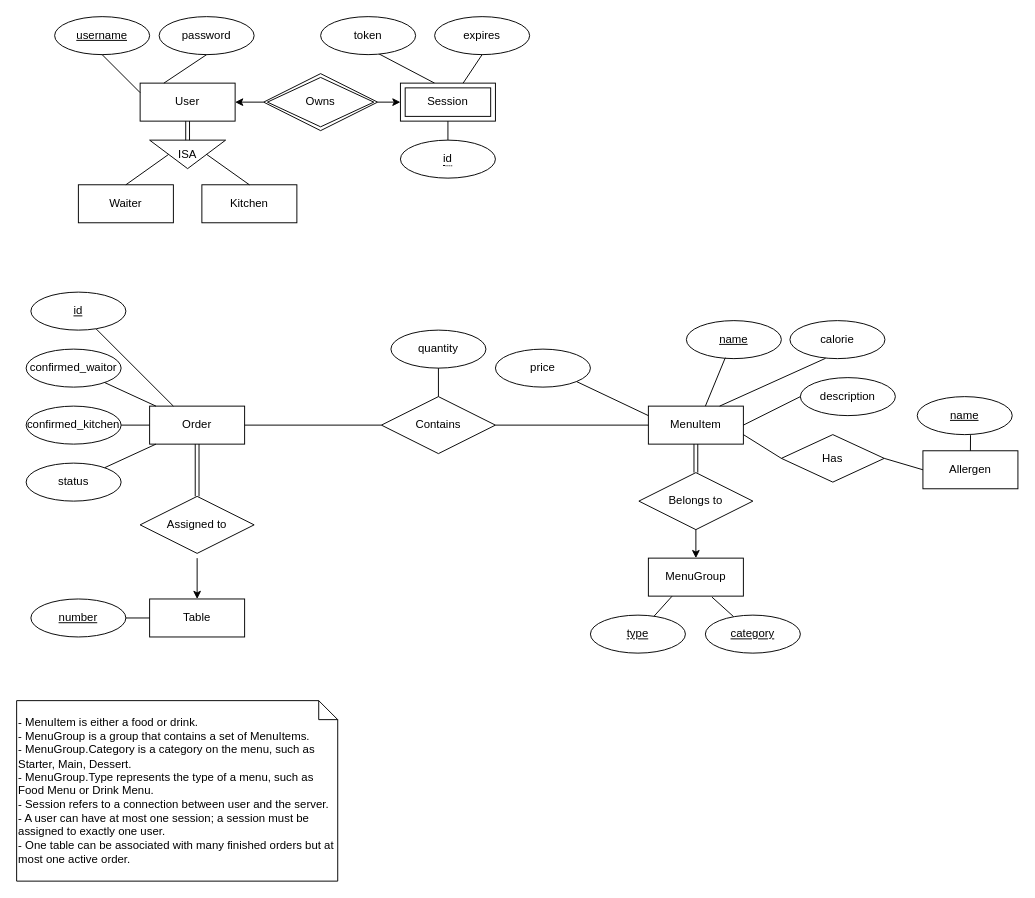
Above: doc/backend/database-design/ER-diagram.drawio in Spencer-Georgiou/Uni-Y2-Team (draw.io), before the change. Source tidied: cells renumbered, new cells numbered last; positions are measured from the earlier drawing's top-left corner, leaving out a move shared by most shapes. Both pictures are drawn from the tidied source at 95%, with x=0, y=0 at pixel (16, 16).
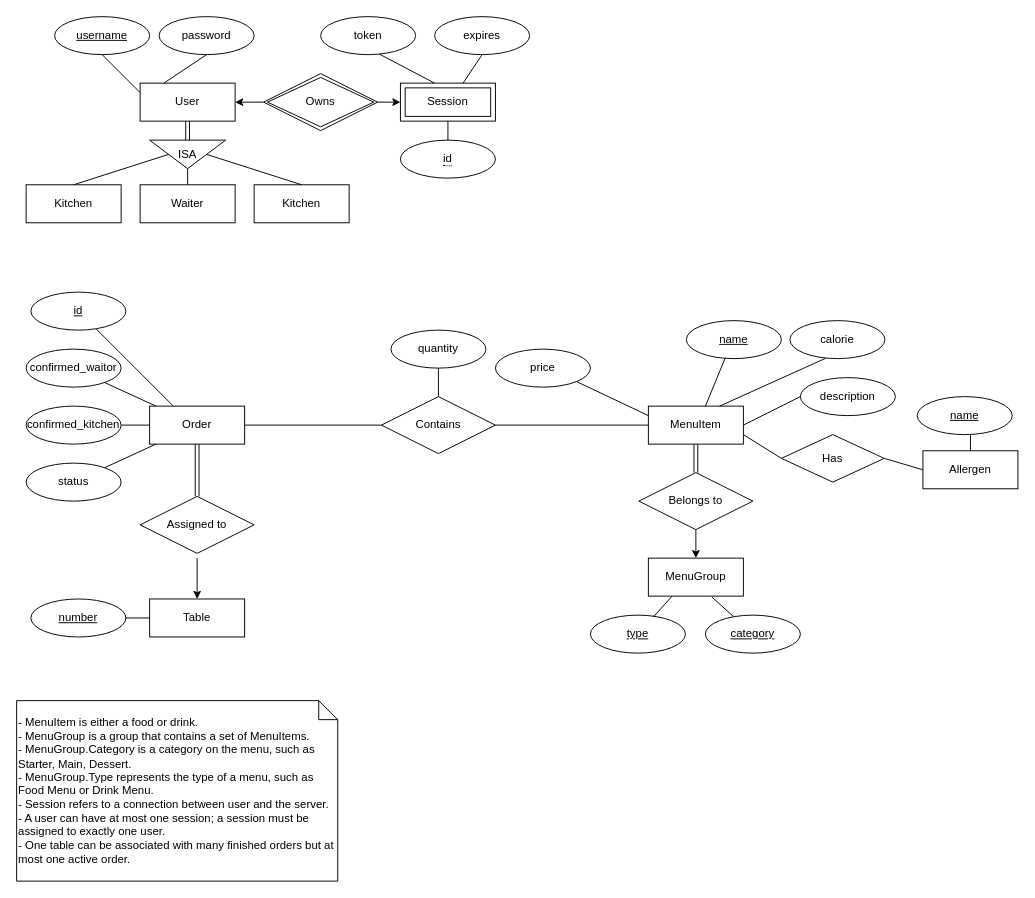
After the change.

Unchanged cells that the change refers to:
```xml
<mxCell id="49" value="ISA" style="triangle;whiteSpace=wrap;html=1;rotation=90;horizontal=0;" parent="1" vertex="1">
  <mxGeometry x="165" y="105" width="30" height="80" as="geometry" />
</mxCell>
```

What changed in the source:
```diff
@@
     <mxCell id="51" value="Waiter" style="whiteSpace=wrap;html=1;align=center;" parent="1" vertex="1">
-      <mxGeometry x="65" y="177" width="100" height="40" as="geometry" />
+      <mxGeometry x="130" y="177" width="100" height="40" as="geometry" />
     </mxCell>
     <mxCell id="52" value="Kitchen" style="whiteSpace=wrap;html=1;align=center;" parent="1" vertex="1">
-      <mxGeometry x="195" y="177" width="100" height="40" as="geometry" />
+      <mxGeometry x="250" y="177" width="100" height="40" as="geometry" />
     </mxCell>
-    <mxCell id="53" style="endArrow=none;html=1;rounded=0;entryX=0.5;entryY=1;entryDx=0;entryDy=0;exitX=0.5;exitY=0;exitDx=0;exitDy=0;" parent="1" edge="1" source="51" target="49">
+    <mxCell id="53" style="endArrow=none;html=1;rounded=0;entryX=1;entryY=0.5;entryDx=0;entryDy=0;exitX=0.5;exitY=0;exitDx=0;exitDy=0;" parent="1" edge="1" source="51" target="49">
       <mxGeometry relative="1" as="geometry" />
     </mxCell>
@@
+    <mxCell id="67" style="endArrow=none;html=1;rounded=0;entryX=0.5;entryY=1;entryDx=0;entryDy=0;exitX=0.5;exitY=0;exitDx=0;exitDy=0;" parent="1" edge="1" source="68" target="49">
+      <mxGeometry relative="1" as="geometry" />
+    </mxCell>
+    <mxCell id="68" value="Kitchen" style="whiteSpace=wrap;html=1;align=center;" parent="1" vertex="1">
+      <mxGeometry x="10" y="177" width="100" height="40" as="geometry" />
+    </mxCell>
```
